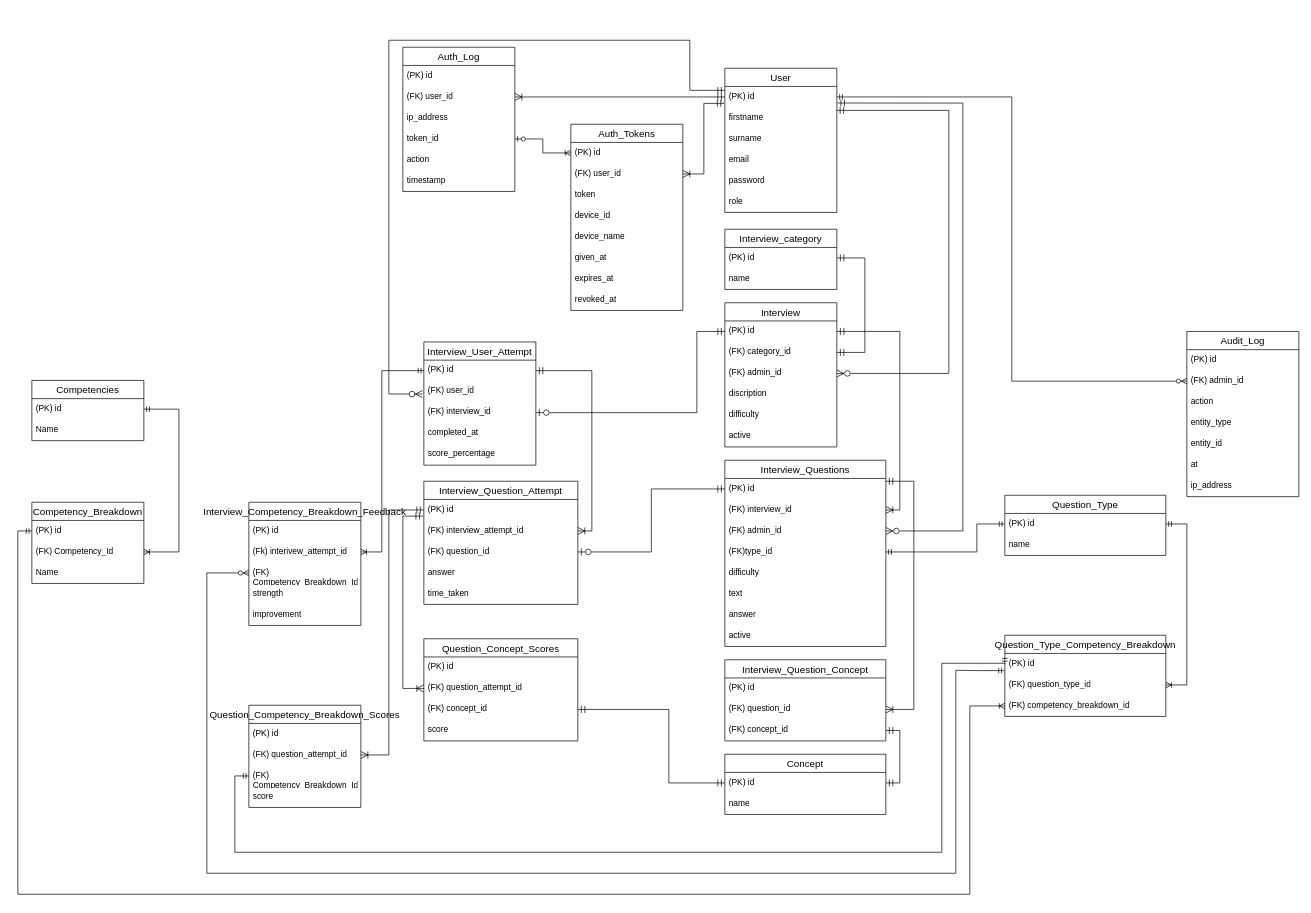
This is diagrams/group_erd.drawio from V-DP-DEV/Capstone, a draw.io file, before an edit. Source tidied: cells renumbered, new cells numbered last; positions are measured from the earlier drawing's top-left corner, leaving out a move shared by most shapes. Both pictures are drawn from the tidied source at 70%, with x=0, y=0 at pixel (18, 40).
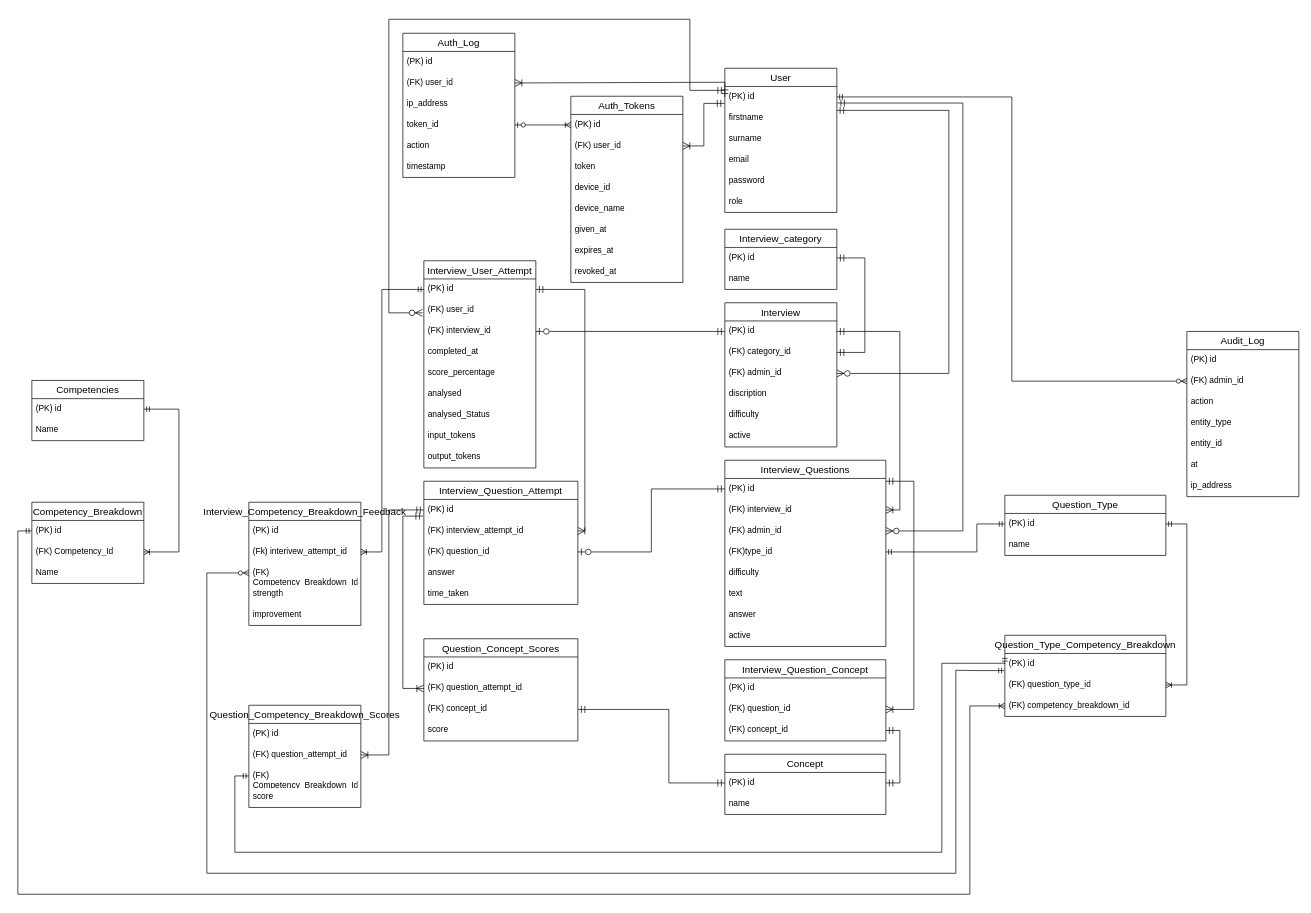
After the change.

Commit message:
Added input output token and analysed status

Unchanged cells that the change refers to:
```xml
<mxCell id="3" value="(PK) id" style="text;strokeColor=none;fillColor=none;spacingLeft=4;spacingRight=4;overflow=hidden;points=[[0,0.5],[1,0.5]];portConstraint=eastwest;fontSize=12;whiteSpace=wrap;html=1;" parent="2" vertex="1">
  <mxGeometry y="26" width="160" height="30" as="geometry" />
</mxCell>
<mxCell id="29" value="(PK) id" style="text;strokeColor=none;fillColor=none;spacingLeft=4;spacingRight=4;overflow=hidden;points=[[0,0.5],[1,0.5]];portConstraint=eastwest;fontSize=12;whiteSpace=wrap;html=1;" parent="28" vertex="1">
  <mxGeometry y="26" width="160" height="30" as="geometry" />
</mxCell>
<mxCell id="30" value="(FK) user_id" style="text;strokeColor=none;fillColor=none;spacingLeft=4;spacingRight=4;overflow=hidden;points=[[0,0.5],[1,0.5]];portConstraint=eastwest;fontSize=12;whiteSpace=wrap;html=1;" parent="28" vertex="1">
  <mxGeometry y="56" width="160" height="30" as="geometry" />
</mxCell>
<mxCell id="31" value="(FK) interview_id" style="text;strokeColor=none;fillColor=none;spacingLeft=4;spacingRight=4;overflow=hidden;points=[[0,0.5],[1,0.5]];portConstraint=eastwest;fontSize=12;whiteSpace=wrap;html=1;" parent="28" vertex="1">
  <mxGeometry y="86" width="160" height="30" as="geometry" />
</mxCell>
<mxCell id="36" value="(FK) interview_attempt_id" style="text;strokeColor=none;fillColor=none;spacingLeft=4;spacingRight=4;overflow=hidden;points=[[0,0.5],[1,0.5]];portConstraint=eastwest;fontSize=12;whiteSpace=wrap;html=1;" parent="34" vertex="1">
  <mxGeometry y="56" width="220" height="30" as="geometry" />
</mxCell>
<mxCell id="46" value="(PK) id" style="text;strokeColor=none;fillColor=none;spacingLeft=4;spacingRight=4;overflow=hidden;points=[[0,0.5],[1,0.5]];portConstraint=eastwest;fontSize=12;whiteSpace=wrap;html=1;" parent="45" vertex="1">
  <mxGeometry y="26" width="160" height="30" as="geometry" />
</mxCell>
<mxCell id="75" value="(FK) user_id" style="text;strokeColor=none;fillColor=none;spacingLeft=4;spacingRight=4;overflow=hidden;points=[[0,0.5],[1,0.5]];portConstraint=eastwest;fontSize=12;whiteSpace=wrap;html=1;" parent="73" vertex="1">
  <mxGeometry y="56" width="160" height="30" as="geometry" />
</mxCell>
<mxCell id="84" value="(Fk) interivew_attempt_id" style="text;strokeColor=none;fillColor=none;spacingLeft=4;spacingRight=4;overflow=hidden;points=[[0,0.5],[1,0.5]];portConstraint=eastwest;fontSize=12;whiteSpace=wrap;html=1;" parent="82" vertex="1">
  <mxGeometry y="56" width="160" height="30" as="geometry" />
</mxCell>
<mxCell id="116" value="(FK) user_id" style="text;strokeColor=none;fillColor=none;spacingLeft=4;spacingRight=4;overflow=hidden;points=[[0,0.5],[1,0.5]];portConstraint=eastwest;fontSize=12;whiteSpace=wrap;html=1;" parent="114" vertex="1">
  <mxGeometry y="56" width="160" height="30" as="geometry" />
</mxCell>
```

The edit, as a diff of the source:
```diff
@@
     <mxCell id="28" value="Interview_User_Attempt" style="swimlane;fontStyle=0;horizontal=1;startSize=26;align=center;fontSize=14;" parent="1" vertex="1">
-      <mxGeometry x="580" y="431" width="160" height="176" as="geometry" />
+      <mxGeometry x="580" y="315" width="160" height="296" as="geometry" />
     </mxCell>
@@
+    <mxCell id="125" value="analysed" style="text;strokeColor=none;fillColor=none;spacingLeft=4;spacingRight=4;overflow=hidden;fontSize=12;whiteSpace=wrap;html=1;" parent="28" vertex="1">
+      <mxGeometry y="176" width="160" height="30" as="geometry" />
+    </mxCell>
+    <mxCell id="126" value="analysed_Status" style="text;strokeColor=none;fillColor=none;spacingLeft=4;spacingRight=4;overflow=hidden;fontSize=12;whiteSpace=wrap;html=1;" parent="28" vertex="1">
+      <mxGeometry y="206" width="160" height="30" as="geometry" />
+    </mxCell>
+    <mxCell id="127" value="input_tokens" style="text;strokeColor=none;fillColor=none;spacingLeft=4;spacingRight=4;overflow=hidden;fontSize=12;whiteSpace=wrap;html=1;" parent="28" vertex="1">
+      <mxGeometry y="236" width="160" height="30" as="geometry" />
+    </mxCell>
+    <mxCell id="128" value="output_tokens" style="text;strokeColor=none;fillColor=none;spacingLeft=4;spacingRight=4;overflow=hidden;fontSize=12;whiteSpace=wrap;html=1;" parent="28" vertex="1">
+      <mxGeometry y="266" width="160" height="30" as="geometry" />
+    </mxCell>
@@
     <mxCell id="52" style="fontSize=12;html=1;endArrow=ERzeroToMany;startArrow=ERmandOne;rounded=0;startSize=8;endSize=8;entryX=-0.012;entryY=0.613;entryDx=0;entryDy=0;edgeStyle=orthogonalEdgeStyle;entryPerimeter=0;startFill=0;exitX=0;exitY=0.186;exitDx=0;exitDy=0;exitPerimeter=0;" parent="1" edge="1" source="46" target="30">
-      <mxGeometry relative="1" as="geometry">
+      <mxGeometry x="0.28" relative="1" as="geometry">
         <Array as="points">
-          <mxPoint x="960" y="72" />
-          <mxPoint x="960" />
-          <mxPoint x="530" />
-          <mxPoint x="530" y="505" />
+          <mxPoint x="960" y="71.6" />
+          <mxPoint x="960" y="-30" />
+          <mxPoint x="530" y="-30" />
+          <mxPoint x="530" y="389.4" />
         </Array>
       </mxGeometry>
     </mxCell>
     <mxCell id="53" style="edgeStyle=orthogonalEdgeStyle;fontSize=12;html=1;endArrow=ERmandOne;startArrow=ERzeroToOne;rounded=0;startSize=8;endSize=8;exitX=1;exitY=0.5;exitDx=0;exitDy=0;entryX=0;entryY=0.5;entryDx=0;entryDy=0;startFill=0;" parent="1" edge="1" source="31" target="3">
-      <mxGeometry relative="1" as="geometry">
-        <Array as="points">
-          <mxPoint x="970" y="532" />
-          <mxPoint x="970" y="416" />
-        </Array>
-      </mxGeometry>
+      <mxGeometry relative="1" as="geometry" />
     </mxCell>
@@
     <mxCell id="55" style="edgeStyle=orthogonalEdgeStyle;fontSize=12;html=1;endArrow=ERoneToMany;startArrow=ERmandOne;rounded=0;startSize=8;endSize=8;exitX=1;exitY=0.5;exitDx=0;exitDy=0;entryX=1;entryY=0.5;entryDx=0;entryDy=0;" parent="1" edge="1" source="29" target="36">
-      <mxGeometry relative="1" as="geometry">
-        <Array as="points">
-          <mxPoint x="820" y="472" />
-          <mxPoint x="820" y="701" />
-        </Array>
-      </mxGeometry>
+      <mxGeometry relative="1" as="geometry" />
     </mxCell>
@@
     <mxCell id="64" style="fontSize=12;html=1;endArrow=ERoneToMany;startArrow=ERmandOne;rounded=0;exitX=0;exitY=0.5;exitDx=0;exitDy=0;entryX=1;entryY=0.5;entryDx=0;entryDy=0;edgeStyle=orthogonalEdgeStyle;" parent="1" edge="1" source="29" target="84">
       <mxGeometry relative="1" as="geometry">
         <Array as="points">
-          <mxPoint x="520" y="472" />
+          <mxPoint x="520" y="356" />
           <mxPoint x="520" y="731" />
         </Array>
       </mxGeometry>
     </mxCell>
@@
     <mxCell id="73" value="Auth_Log" style="swimlane;fontStyle=0;horizontal=1;startSize=26;align=center;fontSize=14;" parent="1" vertex="1">
-      <mxGeometry x="550" y="10" width="160" height="206" as="geometry" />
+      <mxGeometry x="550" y="-10" width="160" height="206" as="geometry" />
     </mxCell>
@@
     <mxCell id="81" style="fontSize=12;html=1;endArrow=ERoneToMany;startArrow=ERmandOne;rounded=0;startSize=8;endSize=8;exitX=0;exitY=0.5;exitDx=0;exitDy=0;entryX=1;entryY=0.5;entryDx=0;entryDy=0;edgeStyle=orthogonalEdgeStyle;startFill=0;endFill=0;" parent="1" edge="1" source="46" target="75">
       <mxGeometry relative="1" as="geometry">
         <Array as="points">
-          <mxPoint x="710" y="81" />
+          <mxPoint x="1010" y="60" />
         </Array>
       </mxGeometry>
     </mxCell>
@@
     <mxCell id="114" value="Auth_Tokens" style="swimlane;fontStyle=0;horizontal=1;startSize=26;align=center;fontSize=14;" parent="1" vertex="1">
-      <mxGeometry x="790" y="120" width="160" height="266" as="geometry" />
+      <mxGeometry x="790" y="80" width="160" height="266" as="geometry" />
     </mxCell>
@@
     <mxCell id="123" style="fontSize=12;html=1;endArrow=ERoneToMany;startArrow=ERmandOne;rounded=0;startSize=8;endSize=8;exitX=-0.005;exitY=0.807;exitDx=0;exitDy=0;entryX=1;entryY=0.5;entryDx=0;entryDy=0;edgeStyle=orthogonalEdgeStyle;startFill=0;endFill=0;exitPerimeter=0;" parent="1" edge="1" source="46" target="116">
-      <mxGeometry relative="1" as="geometry">
-        <Array as="points">
-          <mxPoint x="980" y="90" />
-          <mxPoint x="980" y="191" />
-        </Array>
-      </mxGeometry>
+      <mxGeometry relative="1" as="geometry" />
     </mxCell>
```
